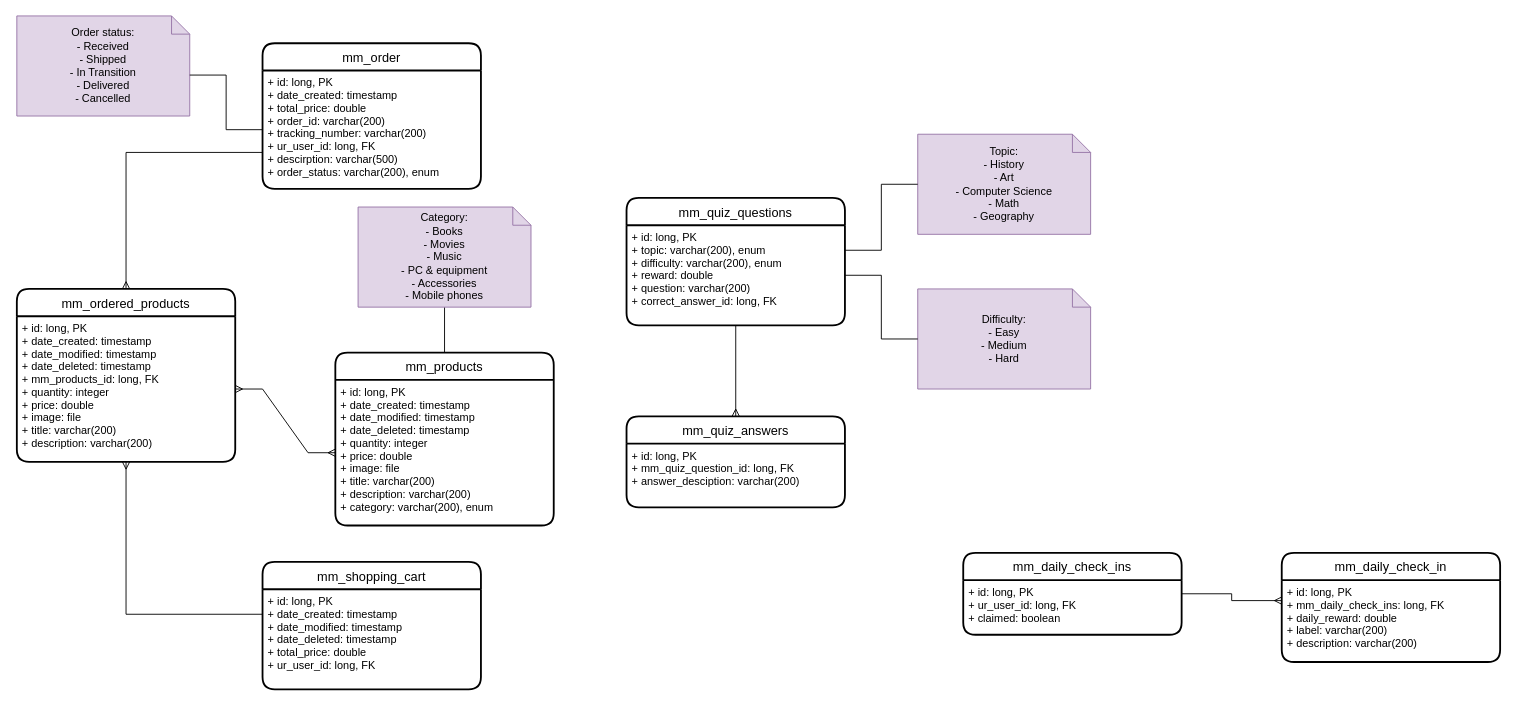
bbozilov26/EMT_2023_backend keeps this draw.io diagram as page "metamodels" (2 of 2) of EMT_diagrams.drawio. Above is the earlier version. Source tidied: cells renumbered, new cells numbered last; positions are measured from the earlier drawing's top-left corner, leaving out a move shared by most shapes. Both pictures are drawn from the tidied source at 91%, with x=0, y=0 at pixel (16, 15).
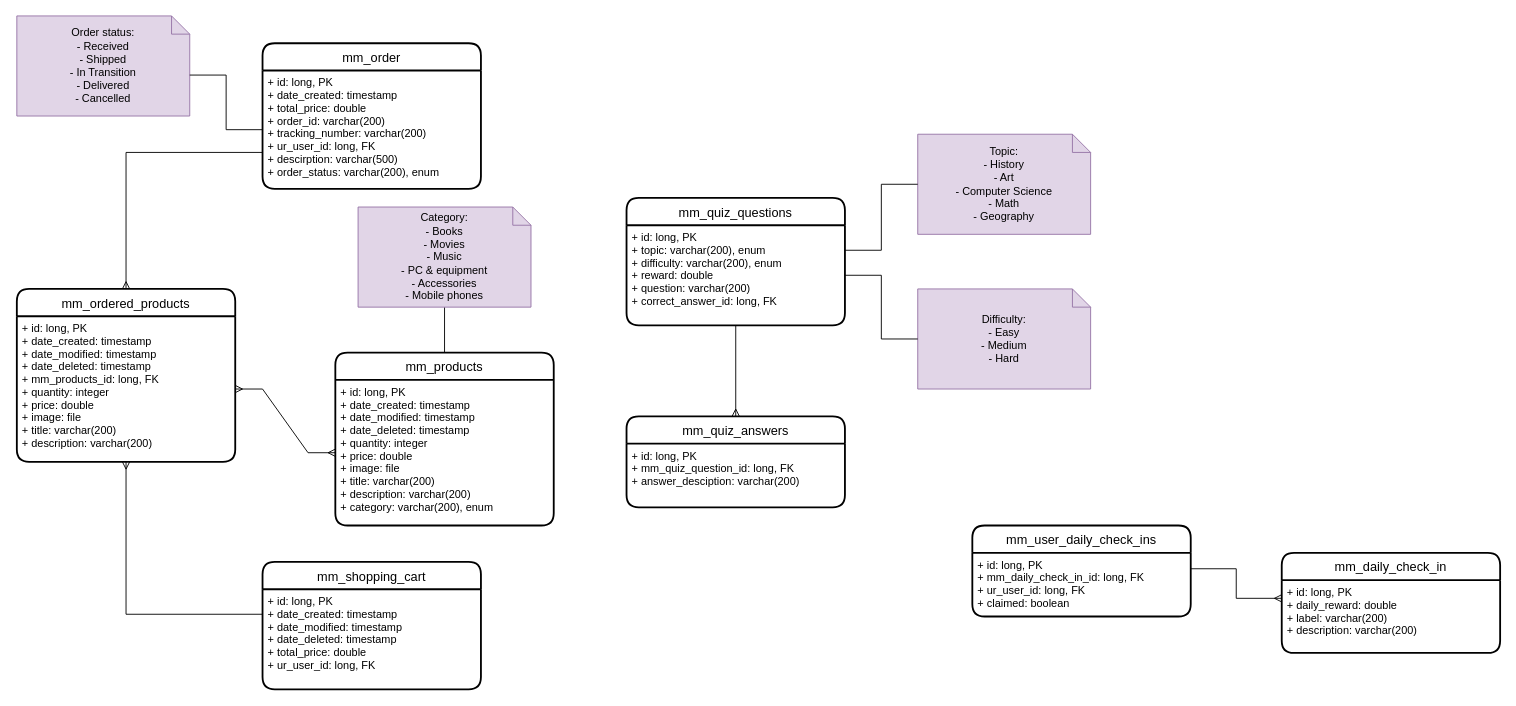
The same diagram, later.

The edit, as a diff of the source:
```diff
@@
     <mxCell id="17" value="mm_daily_check_in" style="swimlane;horizontal=1;startSize=30;rounded=1;fontSize=14;fontStyle=0;strokeWidth=2;shadow=0;dashed=0;align=center;" parent="1" vertex="1">
-      <mxGeometry x="1390" y="590" width="240" height="120" as="geometry" />
+      <mxGeometry x="1390" y="590" width="240" height="110" as="geometry" />
     </mxCell>
-    <mxCell id="18" value="+ id: long, PK&#10;+ mm_daily_check_ins: long, FK&#10;+ daily_reward: double&#10;+ label: varchar(200)&#10;+ description: varchar(200)" style="align=left;strokeColor=none;fillColor=none;spacingLeft=4;fontSize=12;verticalAlign=top;" parent="17" vertex="1">
-      <mxGeometry y="30" width="240" height="90" as="geometry" />
+    <mxCell id="18" value="+ id: long, PK&#10;+ daily_reward: double&#10;+ label: varchar(200)&#10;+ description: varchar(200)" style="align=left;strokeColor=none;fillColor=none;spacingLeft=4;fontSize=12;verticalAlign=top;" parent="17" vertex="1">
+      <mxGeometry y="30" width="240" height="80" as="geometry" />
     </mxCell>
-    <mxCell id="19" value="mm_daily_check_ins" style="swimlane;horizontal=1;startSize=30;rounded=1;fontSize=14;fontStyle=0;strokeWidth=2;shadow=0;dashed=0;align=center;" parent="1" vertex="1">
-      <mxGeometry x="1040" y="590" width="240" height="90" as="geometry" />
+    <mxCell id="19" value="mm_user_daily_check_ins" style="swimlane;horizontal=1;startSize=30;rounded=1;fontSize=14;fontStyle=0;strokeWidth=2;shadow=0;dashed=0;align=center;" parent="1" vertex="1">
+      <mxGeometry x="1050" y="560" width="240" height="100" as="geometry" />
     </mxCell>
-    <mxCell id="20" value="+ id: long, PK&#10;+ ur_user_id: long, FK&#10;+ claimed: boolean" style="align=left;strokeColor=none;fillColor=none;spacingLeft=4;fontSize=12;verticalAlign=top;" parent="19" vertex="1">
-      <mxGeometry y="30" width="240" height="60" as="geometry" />
+    <mxCell id="20" value="+ id: long, PK&#10;+ mm_daily_check_in_id: long, FK&#10;+ ur_user_id: long, FK&#10;+ claimed: boolean" style="align=left;strokeColor=none;fillColor=none;spacingLeft=4;fontSize=12;verticalAlign=top;" parent="19" vertex="1">
+      <mxGeometry y="30" width="240" height="70" as="geometry" />
     </mxCell>
```
